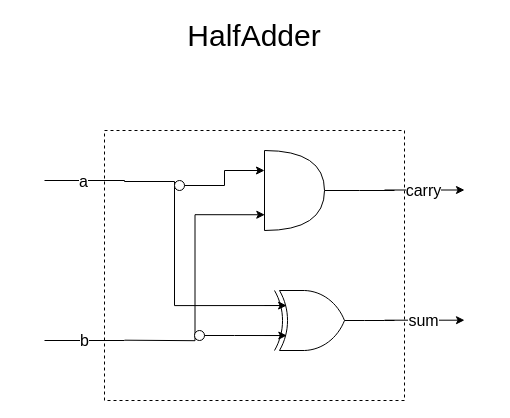
Before: project2/HalfAdder.drawio in S4m1d/nand2tetris, a draw.io diagram. Source tidied: cells renumbered, new cells numbered last; positions are measured from the earlier drawing's top-left corner, leaving out a move shared by most shapes. Both pictures are drawn from the tidied source at 100%, with x=0, y=0 at pixel (44, 20).
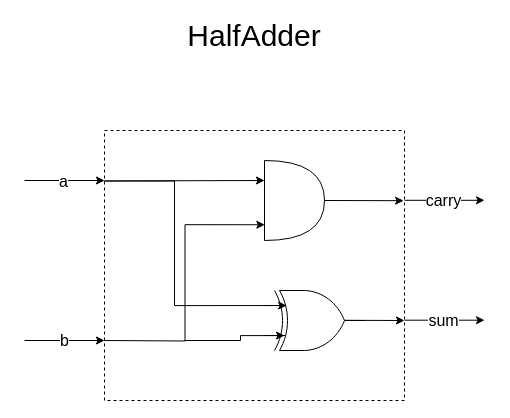
Above is the later version.

Commit message (it also covers changes not shown here):
prettified couple of chip's schemas

Unchanged cells that the change refers to:
```xml
<mxCell id="6" style="verticalLabelPosition=bottom;shadow=0;dashed=0;align=center;html=1;verticalAlign=top;shape=mxgraph.electrical.logic_gates.logic_gate;operation=xor;" parent="1" vertex="1">
  <mxGeometry x="220" y="270" width="100" height="60" as="geometry" />
</mxCell>
```

The edit, as a diff of the source:
```diff
@@
-    <mxCell id="2" style="rounded=0;whiteSpace=wrap;html=1;dashed=1;" parent="1" vertex="1">
+    <mxCell id="2" style="rounded=0;whiteSpace=wrap;html=1;dashed=1;fillColor=none;" parent="1" vertex="1">
       <mxGeometry x="60" y="110" width="300" height="270" as="geometry" />
     </mxCell>
-    <mxCell id="3" style="edgeStyle=orthogonalEdgeStyle;rounded=0;jettySize=auto;html=1;endArrow=none;startFill=0;" parent="1" edge="1" source="4">
-      <mxGeometry relative="1" as="geometry">
-        <mxPoint x="350" y="170" as="targetPoint" />
-      </mxGeometry>
-    </mxCell>
     <mxCell id="4" style="shape=or;whiteSpace=wrap;html=1;" parent="1" vertex="1">
-      <mxGeometry x="220" y="130" width="60" height="80" as="geometry" />
+      <mxGeometry x="220" y="140" width="60" height="80" as="geometry" />
     </mxCell>
-    <mxCell id="5" style="edgeStyle=orthogonalEdgeStyle;rounded=0;jettySize=auto;html=1;endArrow=none;startFill=0;" parent="1" edge="1" source="6">
-      <mxGeometry relative="1" as="geometry">
-        <mxPoint x="350" y="300" as="targetPoint" />
-      </mxGeometry>
-    </mxCell>
@@
-    <mxCell id="7" style="endArrow=none;html=1;rounded=0;startFill=0;" parent="1" edge="1">
+    <mxCell id="7" style="endArrow=classic;html=1;rounded=0;startFill=0;endFill=1;" parent="1" edge="1">
       <mxGeometry relative="1" as="geometry">
-        <mxPoint y="160" as="sourcePoint" />
-        <mxPoint x="80" y="160" as="targetPoint" />
+        <mxPoint x="-20" y="160" as="sourcePoint" />
+        <mxPoint x="60" y="160" as="targetPoint" />
       </mxGeometry>
     </mxCell>
@@
-    <mxCell id="9" style="endArrow=none;html=1;rounded=0;startFill=0;" parent="1" edge="1">
+    <mxCell id="9" style="endArrow=classic;html=1;rounded=0;startFill=0;endFill=1;" parent="1" edge="1">
       <mxGeometry relative="1" as="geometry">
-        <mxPoint y="320" as="sourcePoint" />
-        <mxPoint x="80" y="320" as="targetPoint" />
+        <mxPoint x="-20" y="320" as="sourcePoint" />
+        <mxPoint x="60" y="320" as="targetPoint" />
       </mxGeometry>
     </mxCell>
@@
     <mxCell id="11" style="endArrow=classic;html=1;rounded=0;" parent="1" edge="1">
       <mxGeometry relative="1" as="geometry">
-        <mxPoint x="340" y="169.5" as="sourcePoint" />
-        <mxPoint x="420" y="169.5" as="targetPoint" />
+        <mxPoint x="360" y="179.8" as="sourcePoint" />
+        <mxPoint x="440" y="179.8" as="targetPoint" />
       </mxGeometry>
     </mxCell>
@@
     <mxCell id="13" style="endArrow=classic;html=1;rounded=0;" parent="1" edge="1">
       <mxGeometry relative="1" as="geometry">
-        <mxPoint x="340" y="299.7" as="sourcePoint" />
-        <mxPoint x="420" y="299.7" as="targetPoint" />
+        <mxPoint x="360" y="299.7" as="sourcePoint" />
+        <mxPoint x="440" y="299.7" as="targetPoint" />
       </mxGeometry>
     </mxCell>
@@
     <mxCell id="15" style="endArrow=classic;html=1;rounded=0;edgeStyle=orthogonalEdgeStyle;entryX=0.005;entryY=0.803;entryDx=0;entryDy=0;entryPerimeter=0;" parent="1" edge="1" target="4">
       <mxGeometry relative="1" as="geometry">
-        <mxPoint x="80" y="319.7" as="sourcePoint" />
+        <mxPoint x="60" y="320" as="sourcePoint" />
       </mxGeometry>
     </mxCell>
-    <mxCell id="16" style="ellipse;whiteSpace=wrap;html=1;" parent="1" vertex="1">
-      <mxGeometry x="150" y="310" width="10" height="10" as="geometry" />
-    </mxCell>
-    <mxCell id="17" style="edgeStyle=orthogonalEdgeStyle;rounded=0;jettySize=auto;html=1;entryX=0.223;entryY=0.751;entryDx=0;entryDy=0;entryPerimeter=0;" parent="1" edge="1" source="16" target="6">
-      <mxGeometry relative="1" as="geometry" />
+    <mxCell id="17" style="edgeStyle=orthogonalEdgeStyle;rounded=0;orthogonalLoop=1;jettySize=auto;html=1;entryX=0.223;entryY=0.751;entryDx=0;entryDy=0;entryPerimeter=0;" parent="1" edge="1">
+      <mxGeometry relative="1" as="geometry">
+        <mxPoint x="140" y="320" as="sourcePoint" />
+        <mxPoint x="240" y="315.1" as="targetPoint" />
+        <Array as="points">
+          <mxPoint x="196" y="320" />
+          <mxPoint x="196" y="315" />
+        </Array>
+      </mxGeometry>
     </mxCell>
-    <mxCell id="18" style="endArrow=classic;html=1;rounded=0;edgeStyle=orthogonalEdgeStyle;entryX=0.221;entryY=0.251;entryDx=0;entryDy=0;entryPerimeter=0;" parent="1" edge="1" target="6">
+    <mxCell id="18" style="endArrow=classic;html=1;rounded=0;edgeStyle=orthogonalEdgeStyle;entryX=0.221;entryY=0.251;entryDx=0;entryDy=0;entryPerimeter=0;exitX=0.001;exitY=0.187;exitDx=0;exitDy=0;exitPerimeter=0;" parent="1" edge="1" source="2" target="6">
       <mxGeometry relative="1" as="geometry">
-        <mxPoint x="80" y="160" as="sourcePoint" />
         <Array as="points">
           <mxPoint x="130" y="161" />
           <mxPoint x="130" y="285" />
         </Array>
       </mxGeometry>
     </mxCell>
-    <mxCell id="19" style="ellipse;whiteSpace=wrap;html=1;" parent="1" vertex="1">
-      <mxGeometry x="130" y="160" width="10" height="10" as="geometry" />
-    </mxCell>
-    <mxCell id="20" style="edgeStyle=orthogonalEdgeStyle;rounded=0;jettySize=auto;html=1;entryX=0;entryY=0.25;entryDx=0;entryDy=0;entryPerimeter=0;" parent="1" edge="1" source="19" target="4">
-      <mxGeometry relative="1" as="geometry" />
-    </mxCell>
@@
+    <mxCell id="22" style="endArrow=classic;html=1;rounded=0;entryX=0;entryY=0.25;entryDx=0;entryDy=0;entryPerimeter=0;exitX=-0.003;exitY=0.187;exitDx=0;exitDy=0;exitPerimeter=0;" parent="1" edge="1" source="2" target="4">
+      <mxGeometry relative="1" as="geometry" />
+    </mxCell>
+    <mxCell id="23" style="endArrow=classic;html=1;rounded=0;exitX=1;exitY=0.5;exitDx=0;exitDy=0;exitPerimeter=0;entryX=0.997;entryY=0.26;entryDx=0;entryDy=0;entryPerimeter=0;" parent="1" edge="1" source="4" target="2">
+      <mxGeometry relative="1" as="geometry" />
+    </mxCell>
+    <mxCell id="24" style="endArrow=classic;html=1;rounded=0;exitX=1;exitY=0.5;exitDx=0;exitDy=0;exitPerimeter=0;" parent="1" edge="1">
+      <mxGeometry relative="1" as="geometry">
+        <mxPoint x="300" y="299.8" as="sourcePoint" />
+        <mxPoint x="360" y="300" as="targetPoint" />
+      </mxGeometry>
+    </mxCell>
```
